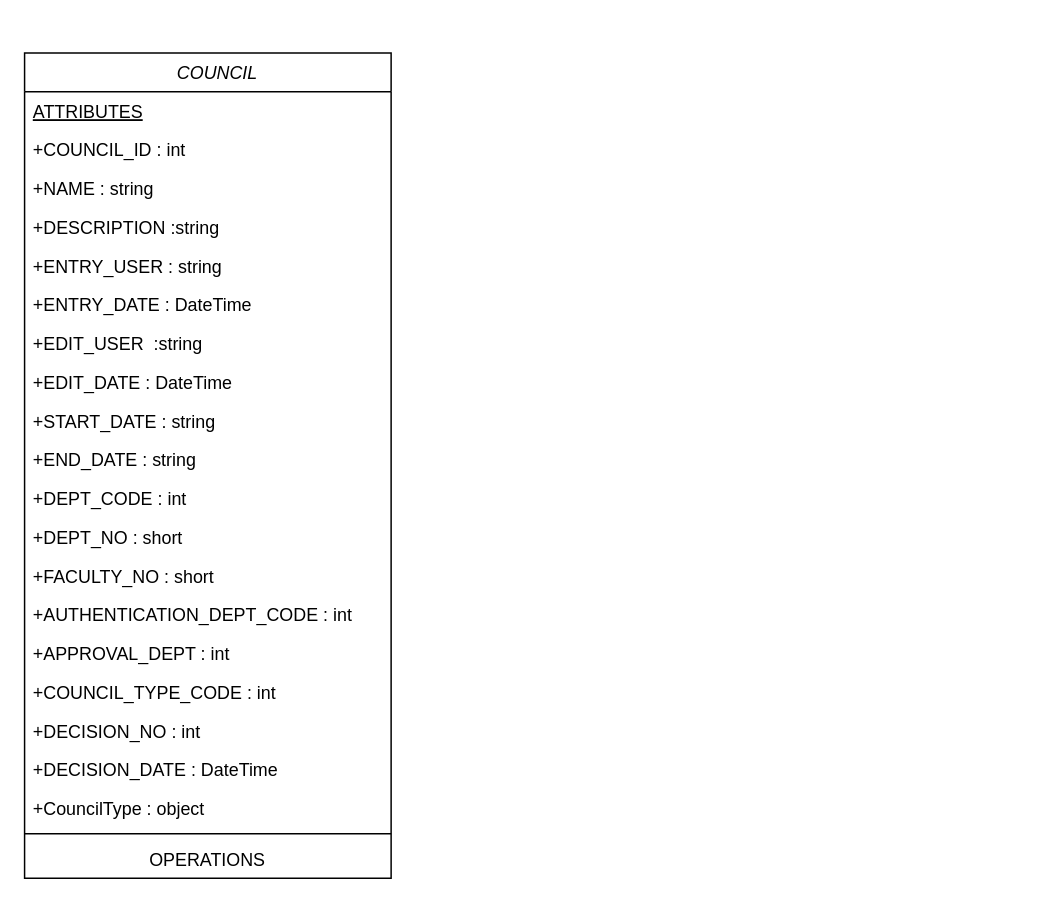
Earlier version of the draw.io diagram Untitled Diagram.drawio (UQU-Fluent/UQU). Source tidied: cells renumbered, new cells numbered last; positions are measured from the earlier drawing's top-left corner, leaving out a move shared by most shapes. Both pictures are drawn from the tidied source at 149%, with x=0, y=0 at pixel (24, 52).
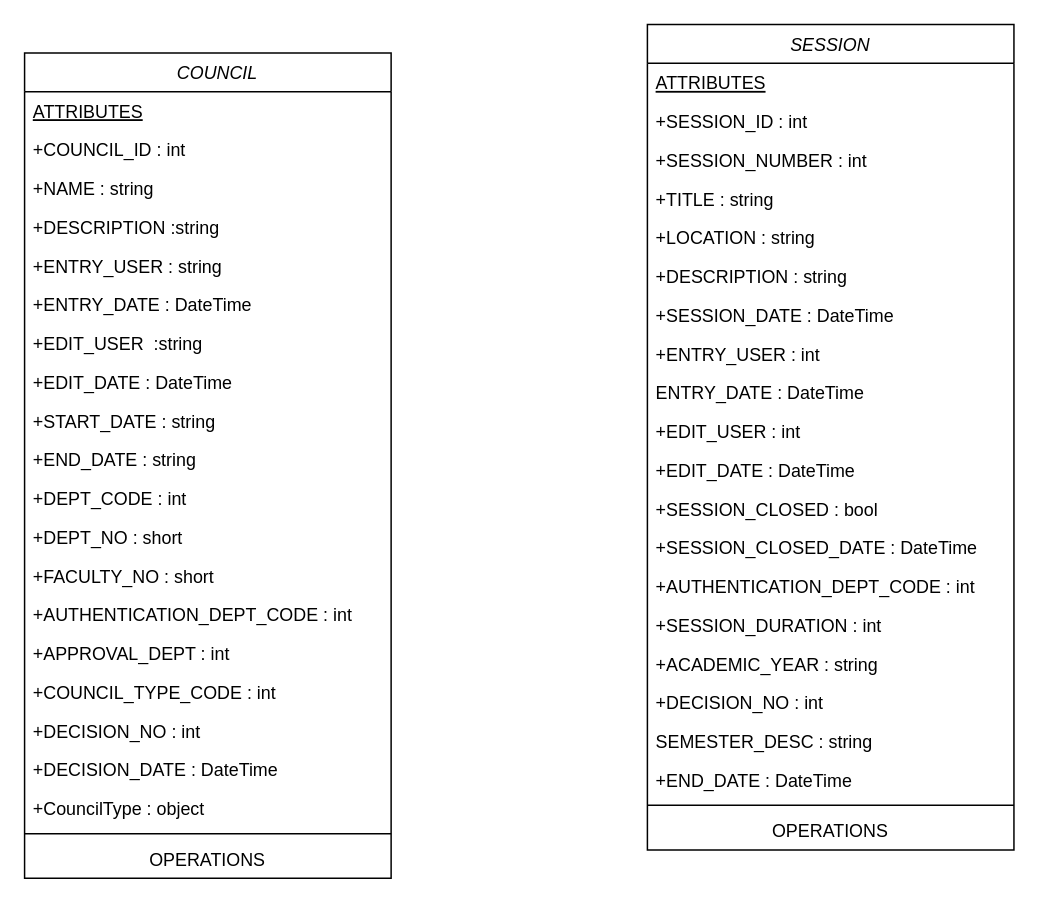
Above is the later version.

Commit message:
UQU-Councils

Change to the diagram source:
```diff
@@
+    <mxCell id="24" value="SESSION" style="swimlane;fontStyle=2;align=center;verticalAlign=top;horizontal=1;startSize=26;rounded=0;shadow=0;strokeWidth=1;" parent="1" vertex="1">
+      <mxGeometry x="418" y="-19" width="246" height="554" as="geometry" />
+    </mxCell>
+    <mxCell id="25" value="ATTRIBUTES" style="text;align=left;verticalAlign=top;spacingLeft=4;spacingRight=4;overflow=hidden;fontStyle=4;" parent="24" vertex="1">
+      <mxGeometry y="26" width="246" height="26" as="geometry" />
+    </mxCell>
+    <mxCell id="26" value="+SESSION_ID : int&#10;" style="text;align=left;verticalAlign=top;spacingLeft=4;spacingRight=4;overflow=hidden;" parent="24" vertex="1">
+      <mxGeometry y="52" width="246" height="26" as="geometry" />
+    </mxCell>
+    <mxCell id="27" value="+SESSION_NUMBER : int&#10;" style="text;align=left;verticalAlign=top;spacingLeft=4;spacingRight=4;overflow=hidden;rounded=0;shadow=0;html=0;" parent="24" vertex="1">
+      <mxGeometry y="78" width="246" height="26" as="geometry" />
+    </mxCell>
+    <mxCell id="28" value="+TITLE : string" style="text;align=left;verticalAlign=top;spacingLeft=4;spacingRight=4;overflow=hidden;rounded=0;shadow=0;html=0;" parent="24" vertex="1">
+      <mxGeometry y="104" width="246" height="26" as="geometry" />
+    </mxCell>
+    <mxCell id="29" value="+LOCATION : string" style="text;align=left;verticalAlign=top;spacingLeft=4;spacingRight=4;overflow=hidden;rounded=0;shadow=0;html=0;" parent="24" vertex="1">
+      <mxGeometry y="130" width="246" height="26" as="geometry" />
+    </mxCell>
+    <mxCell id="30" value="+DESCRIPTION : string&#10;" style="text;align=left;verticalAlign=top;spacingLeft=4;spacingRight=4;overflow=hidden;rounded=0;shadow=0;html=0;" parent="24" vertex="1">
+      <mxGeometry y="156" width="246" height="26" as="geometry" />
+    </mxCell>
+    <mxCell id="31" value="+SESSION_DATE : DateTime" style="text;align=left;verticalAlign=top;spacingLeft=4;spacingRight=4;overflow=hidden;rounded=0;shadow=0;html=0;" parent="24" vertex="1">
+      <mxGeometry y="182" width="246" height="26" as="geometry" />
+    </mxCell>
+    <mxCell id="32" value="+ENTRY_USER : int" style="text;align=left;verticalAlign=top;spacingLeft=4;spacingRight=4;overflow=hidden;rounded=0;shadow=0;html=0;" parent="24" vertex="1">
+      <mxGeometry y="208" width="246" height="26" as="geometry" />
+    </mxCell>
+    <mxCell id="33" value="ENTRY_DATE : DateTime" style="text;align=left;verticalAlign=top;spacingLeft=4;spacingRight=4;overflow=hidden;rounded=0;shadow=0;html=0;" parent="24" vertex="1">
+      <mxGeometry y="234" width="246" height="26" as="geometry" />
+    </mxCell>
+    <mxCell id="34" value="+EDIT_USER : int" style="text;align=left;verticalAlign=top;spacingLeft=4;spacingRight=4;overflow=hidden;rounded=0;shadow=0;html=0;" parent="24" vertex="1">
+      <mxGeometry y="260" width="246" height="26" as="geometry" />
+    </mxCell>
+    <mxCell id="35" value="+EDIT_DATE : DateTime" style="text;align=left;verticalAlign=top;spacingLeft=4;spacingRight=4;overflow=hidden;rounded=0;shadow=0;html=0;" parent="24" vertex="1">
+      <mxGeometry y="286" width="246" height="26" as="geometry" />
+    </mxCell>
+    <mxCell id="36" value="+SESSION_CLOSED : bool" style="text;align=left;verticalAlign=top;spacingLeft=4;spacingRight=4;overflow=hidden;rounded=0;shadow=0;html=0;" parent="24" vertex="1">
+      <mxGeometry y="312" width="246" height="26" as="geometry" />
+    </mxCell>
+    <mxCell id="37" value="+SESSION_CLOSED_DATE : DateTime&#10;" style="text;align=left;verticalAlign=top;spacingLeft=4;spacingRight=4;overflow=hidden;rounded=0;shadow=0;html=0;" parent="24" vertex="1">
+      <mxGeometry y="338" width="246" height="26" as="geometry" />
+    </mxCell>
+    <mxCell id="38" value="+AUTHENTICATION_DEPT_CODE : int" style="text;align=left;verticalAlign=top;spacingLeft=4;spacingRight=4;overflow=hidden;rounded=0;shadow=0;html=0;" parent="24" vertex="1">
+      <mxGeometry y="364" width="246" height="26" as="geometry" />
+    </mxCell>
+    <mxCell id="39" value="+SESSION_DURATION : int" style="text;align=left;verticalAlign=top;spacingLeft=4;spacingRight=4;overflow=hidden;rounded=0;shadow=0;html=0;" parent="24" vertex="1">
+      <mxGeometry y="390" width="246" height="26" as="geometry" />
+    </mxCell>
+    <mxCell id="40" value="+ACADEMIC_YEAR : string" style="text;align=left;verticalAlign=top;spacingLeft=4;spacingRight=4;overflow=hidden;rounded=0;shadow=0;html=0;" parent="24" vertex="1">
+      <mxGeometry y="416" width="246" height="26" as="geometry" />
+    </mxCell>
+    <mxCell id="41" value="+DECISION_NO : int&#10;" style="text;align=left;verticalAlign=top;spacingLeft=4;spacingRight=4;overflow=hidden;rounded=0;shadow=0;html=0;" parent="24" vertex="1">
+      <mxGeometry y="442" width="246" height="26" as="geometry" />
+    </mxCell>
+    <mxCell id="42" value="SEMESTER_DESC : string" style="text;align=left;verticalAlign=top;spacingLeft=4;spacingRight=4;overflow=hidden;rounded=0;shadow=0;html=0;" parent="24" vertex="1">
+      <mxGeometry y="468" width="246" height="26" as="geometry" />
+    </mxCell>
+    <mxCell id="43" value="+END_DATE : DateTime" style="text;align=left;verticalAlign=top;spacingLeft=4;spacingRight=4;overflow=hidden;rounded=0;shadow=0;html=0;" parent="24" vertex="1">
+      <mxGeometry y="494" width="246" height="26" as="geometry" />
+    </mxCell>
+    <mxCell id="44" style="line;html=1;strokeWidth=1;align=left;verticalAlign=middle;spacingTop=-1;spacingLeft=3;spacingRight=3;labelPosition=right;" parent="24" vertex="1">
+      <mxGeometry y="520" width="246" height="8" as="geometry" />
+    </mxCell>
+    <mxCell id="45" value="OPERATIONS" style="text;align=center;verticalAlign=top;spacingLeft=4;spacingRight=4;overflow=hidden;" parent="24" vertex="1">
+      <mxGeometry y="528" width="246" height="26" as="geometry" />
+    </mxCell>
```
